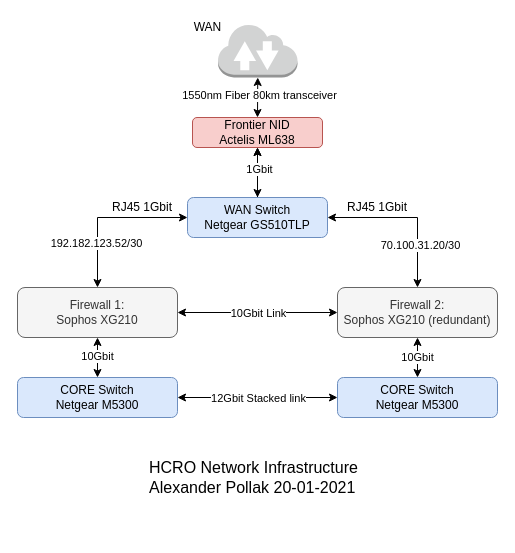
Above: HCRO-Network-Infrastructure/Network-Config-WAN.drawio in SETIatHCRO/Front-Page (draw.io), before the change. Source tidied: cells renumbered, new cells numbered last; positions are measured from the earlier drawing's top-left corner, leaving out a move shared by most shapes. Both pictures are drawn from the tidied source at 100%, with x=0, y=0 at pixel (17, 17).
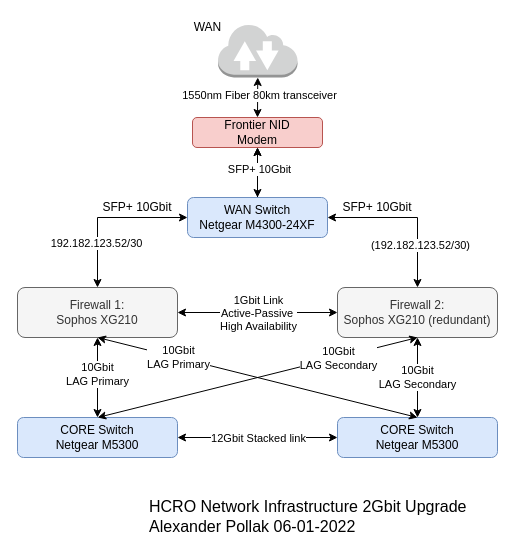
The same page after the edit.

Unchanged cells that the change refers to:
```xml
<mxCell id="4" style="edgeStyle=orthogonalEdgeStyle;rounded=0;jettySize=auto;html=1;entryX=0;entryY=0.5;entryDx=0;entryDy=0;startArrow=classic;startFill=1;" parent="1" edge="1" source="8" target="20">
  <mxGeometry relative="1" as="geometry" />
</mxCell>
<mxCell id="6" style="edgeStyle=orthogonalEdgeStyle;rounded=0;jettySize=auto;html=1;exitX=0.5;exitY=1;exitDx=0;exitDy=0;entryX=0.5;entryY=0;entryDx=0;entryDy=0;startArrow=classic;startFill=1;" parent="1" edge="1" source="8" target="27">
  <mxGeometry relative="1" as="geometry" />
</mxCell>
<mxCell id="8" value="Firewall 1:&lt;br&gt;Sophos XG210" style="rounded=1;whiteSpace=wrap;html=1;fillColor=#f5f5f5;strokeColor=#666666;fontColor=#333333;" parent="1" vertex="1">
  <mxGeometry y="270" width="160" height="50" as="geometry" />
</mxCell>
<mxCell id="12" style="edgeStyle=orthogonalEdgeStyle;rounded=0;jettySize=auto;html=1;" parent="1" edge="1" source="14" target="16">
  <mxGeometry relative="1" as="geometry" />
</mxCell>
<mxCell id="20" value="Firewall 2:&lt;br&gt;Sophos XG210 (redundant)" style="rounded=1;whiteSpace=wrap;html=1;fillColor=#f5f5f5;strokeColor=#666666;fontColor=#333333;" parent="1" vertex="1">
  <mxGeometry x="320" y="270" width="160" height="50" as="geometry" />
</mxCell>
<mxCell id="21" style="endArrow=classic;startArrow=classic;html=1;entryX=0.5;entryY=0;entryDx=0;entryDy=0;exitX=1;exitY=0.5;exitDx=0;exitDy=0;rounded=0;" parent="1" edge="1" source="14" target="20">
  <mxGeometry relative="1" as="geometry">
    <Array as="points">
      <mxPoint x="400" y="200" />
    </Array>
  </mxGeometry>
</mxCell>
```

What changed in the source:
```diff
@@
-    <mxCell id="5" value="10Gbit Link" style="edgeLabel;html=1;align=center;verticalAlign=middle;" parent="4" vertex="1">
+    <mxCell id="5" value="1Gbit Link&lt;br&gt;Active-Passive&amp;nbsp;&lt;br&gt;High Availability" style="edgeLabel;html=1;align=center;verticalAlign=middle;" parent="4" vertex="1">
       <mxGeometry x="-0.15" y="-1" relative="1" as="geometry">
         <mxPoint x="12" y="-1" as="offset" />
       </mxGeometry>
     </mxCell>
@@
-    <mxCell id="7" value="10Gbit" style="edgeLabel;html=1;align=center;verticalAlign=middle;" parent="6" vertex="1">
+    <mxCell id="7" value="10Gbit&lt;br&gt;LAG Primary" style="edgeLabel;html=1;align=center;verticalAlign=middle;" parent="6" vertex="1">
       <mxGeometry x="-0.1" y="-1" relative="1" as="geometry" />
     </mxCell>
@@
-    <mxCell id="13" value="1Gbit" style="edgeLabel;html=1;align=center;verticalAlign=middle;" parent="12" vertex="1">
+    <mxCell id="13" value="SFP+ 10Gbit" style="edgeLabel;html=1;align=center;verticalAlign=middle;" parent="12" vertex="1">
       <mxGeometry x="0.16" y="-1" relative="1" as="geometry" />
     </mxCell>
-    <mxCell id="14" value="WAN Switch&lt;br&gt;Netgear GS510TLP" style="rounded=1;whiteSpace=wrap;html=1;fillColor=#dae8fc;strokeColor=#6c8ebf;" parent="1" vertex="1">
+    <mxCell id="14" value="WAN Switch&lt;br&gt;Netgear M4300-24XF" style="rounded=1;whiteSpace=wrap;html=1;fillColor=#dae8fc;strokeColor=#6c8ebf;" parent="1" vertex="1">
       <mxGeometry x="170" y="180" width="140" height="40" as="geometry" />
     </mxCell>
-    <mxCell id="15" value="HCRO Network Infrastructure&lt;br&gt;Alexander Pollak 20-01-2021" style="text;html=1;align=left;verticalAlign=middle;fontSize=16;" parent="1" vertex="1">
-      <mxGeometry x="130.2" y="440" width="220" height="40" as="geometry" />
+    <mxCell id="15" value="HCRO Network Infrastructure 2Gbit Upgrade&lt;br&gt;Alexander Pollak 06-01-2022" style="text;html=1;align=left;verticalAlign=middle;fontSize=16;" parent="1" vertex="1">
+      <mxGeometry x="130.2" y="479" width="330" height="40" as="geometry" />
     </mxCell>
-    <mxCell id="16" value="Frontier NID&lt;br&gt;Actelis ML638" style="rounded=1;whiteSpace=wrap;html=1;fillColor=#f8cecc;strokeColor=#b85450;" parent="1" vertex="1">
+    <mxCell id="16" value="Frontier NID&lt;br&gt;Modem" style="rounded=1;whiteSpace=wrap;html=1;fillColor=#f8cecc;strokeColor=#b85450;" parent="1" vertex="1">
       <mxGeometry x="175" y="100" width="130" height="30" as="geometry" />
     </mxCell>
@@
-    <mxCell id="19" value="10Gbit" style="edgeStyle=orthogonalEdgeStyle;rounded=0;jettySize=auto;html=1;exitX=0.5;exitY=1;exitDx=0;exitDy=0;entryX=0.5;entryY=0;entryDx=0;entryDy=0;startArrow=classic;startFill=1;" parent="1" edge="1" source="20" target="28">
+    <mxCell id="19" value="10Gbit&lt;br&gt;LAG Secondary" style="edgeStyle=orthogonalEdgeStyle;rounded=0;jettySize=auto;html=1;exitX=0.5;exitY=1;exitDx=0;exitDy=0;entryX=0.5;entryY=0;entryDx=0;entryDy=0;startArrow=classic;startFill=1;" parent="1" edge="1" source="20" target="28">
       <mxGeometry relative="1" as="geometry" />
     </mxCell>
@@
-    <mxCell id="22" value="70.100.31.20/30" style="edgeLabel;html=1;align=center;verticalAlign=middle;" parent="21" vertex="1">
+    <mxCell id="22" value="(192.182.123.52/30)" style="edgeLabel;html=1;align=center;verticalAlign=middle;" parent="21" vertex="1">
       <mxGeometry x="-0.04" y="-1" relative="1" as="geometry">
         <mxPoint x="15" y="26" as="offset" />
       </mxGeometry>
     </mxCell>
-    <mxCell id="23" value="RJ45 1Gbit" style="text;html=1;strokeColor=none;fillColor=none;align=center;verticalAlign=middle;whiteSpace=wrap;rounded=0;" parent="1" vertex="1">
+    <mxCell id="23" value="SFP+ 10Gbit" style="text;html=1;strokeColor=none;fillColor=none;align=center;verticalAlign=middle;whiteSpace=wrap;rounded=0;" parent="1" vertex="1">
       <mxGeometry x="320" y="180" width="80" height="20" as="geometry" />
     </mxCell>
-    <mxCell id="24" value="RJ45 1Gbit" style="text;html=1;strokeColor=none;fillColor=none;align=center;verticalAlign=middle;whiteSpace=wrap;rounded=0;" parent="1" vertex="1">
-      <mxGeometry x="90" y="180" width="70" height="20" as="geometry" />
+    <mxCell id="24" value="SFP+ 10Gbit" style="text;html=1;strokeColor=none;fillColor=none;align=center;verticalAlign=middle;whiteSpace=wrap;rounded=0;" parent="1" vertex="1">
+      <mxGeometry x="80" y="180" width="80" height="20" as="geometry" />
     </mxCell>
@@
     <mxCell id="27" value="CORE Switch&lt;br&gt;Netgear M5300" style="rounded=1;whiteSpace=wrap;html=1;fillColor=#dae8fc;strokeColor=#6c8ebf;" parent="1" vertex="1">
-      <mxGeometry y="360" width="160" height="40" as="geometry" />
+      <mxGeometry y="400" width="160" height="40" as="geometry" />
     </mxCell>
     <mxCell id="28" value="CORE Switch&lt;br&gt;Netgear M5300" style="rounded=1;whiteSpace=wrap;html=1;fillColor=#dae8fc;strokeColor=#6c8ebf;" parent="1" vertex="1">
-      <mxGeometry x="320" y="360" width="160" height="40" as="geometry" />
+      <mxGeometry x="320" y="400" width="160" height="40" as="geometry" />
     </mxCell>
+    <mxCell id="29" style="rounded=0;jettySize=auto;html=1;exitX=0.5;exitY=1;exitDx=0;exitDy=0;entryX=0.5;entryY=0;entryDx=0;entryDy=0;startArrow=classic;startFill=1;" parent="1" edge="1" source="8" target="28">
+      <mxGeometry relative="1" as="geometry" />
+    </mxCell>
+    <mxCell id="30" value="10Gbit&lt;br&gt;LAG Primary" style="edgeLabel;html=1;align=center;verticalAlign=middle;" parent="29" vertex="1">
+      <mxGeometry x="-0.1" y="-1" relative="1" as="geometry">
+        <mxPoint x="-63" y="-17" as="offset" />
+      </mxGeometry>
+    </mxCell>
+    <mxCell id="31" style="rounded=0;orthogonalLoop=1;jettySize=auto;html=1;exitX=0.5;exitY=0;exitDx=0;exitDy=0;entryX=0.5;entryY=1;entryDx=0;entryDy=0;startArrow=classic;startFill=1;" parent="1" edge="1">
+      <mxGeometry relative="1" as="geometry">
+        <mxPoint x="80.2" y="400" as="sourcePoint" />
+        <mxPoint x="400.2" y="320" as="targetPoint" />
+      </mxGeometry>
+    </mxCell>
+    <mxCell id="32" value="10Gbit&lt;br&gt;LAG Secondary" style="edgeLabel;html=1;align=center;verticalAlign=middle;" parent="31" vertex="1">
+      <mxGeometry x="-0.1" y="-1" relative="1" as="geometry">
+        <mxPoint x="96" y="-25" as="offset" />
+      </mxGeometry>
+    </mxCell>
```
